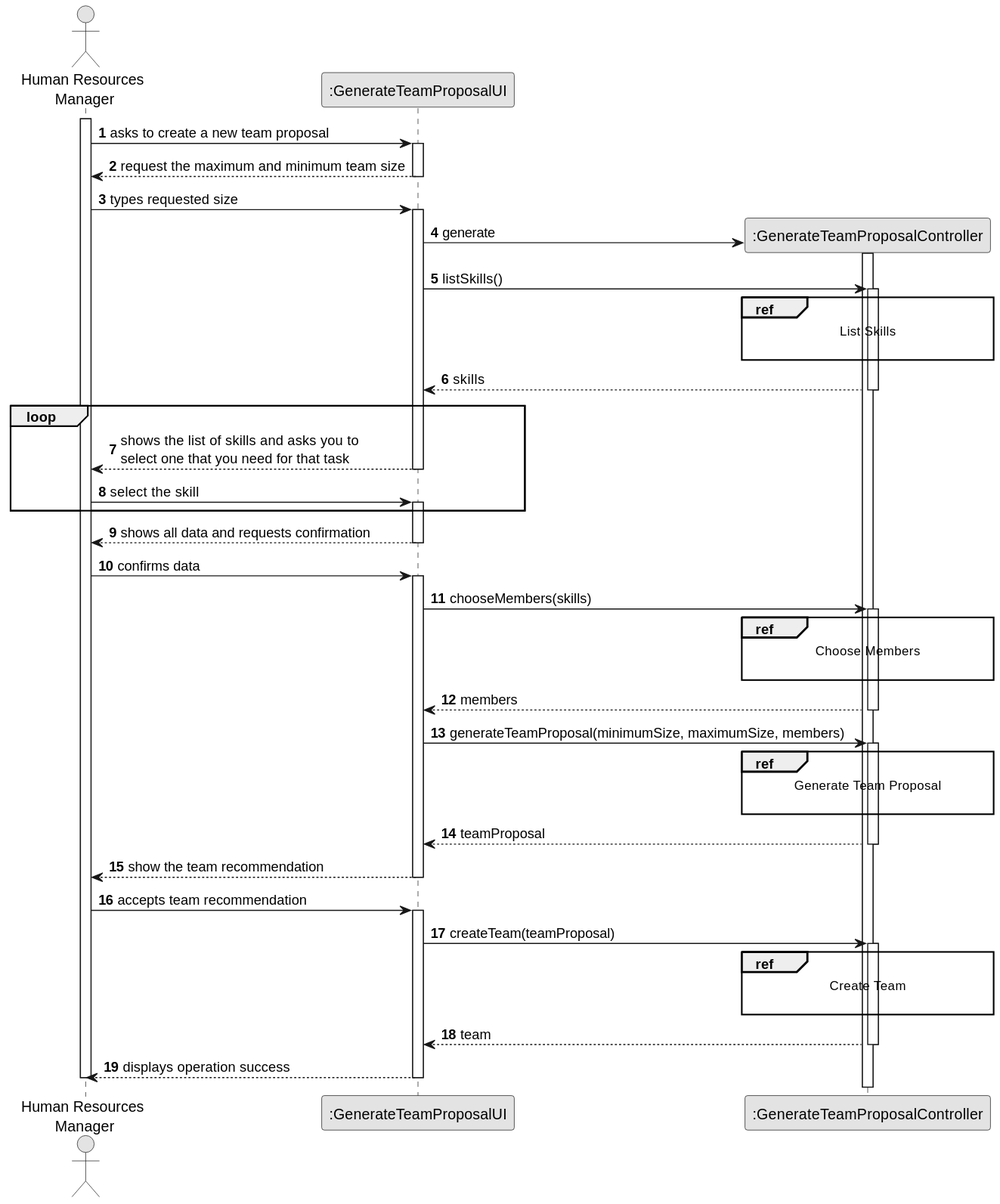
This is docs/sprintB/us005/03.design/svg/us005-sequence-diagram-split.svg from diogoveirospro/lei-24-s2-1dg-g072, a PlantUML export, as it was before one commit.
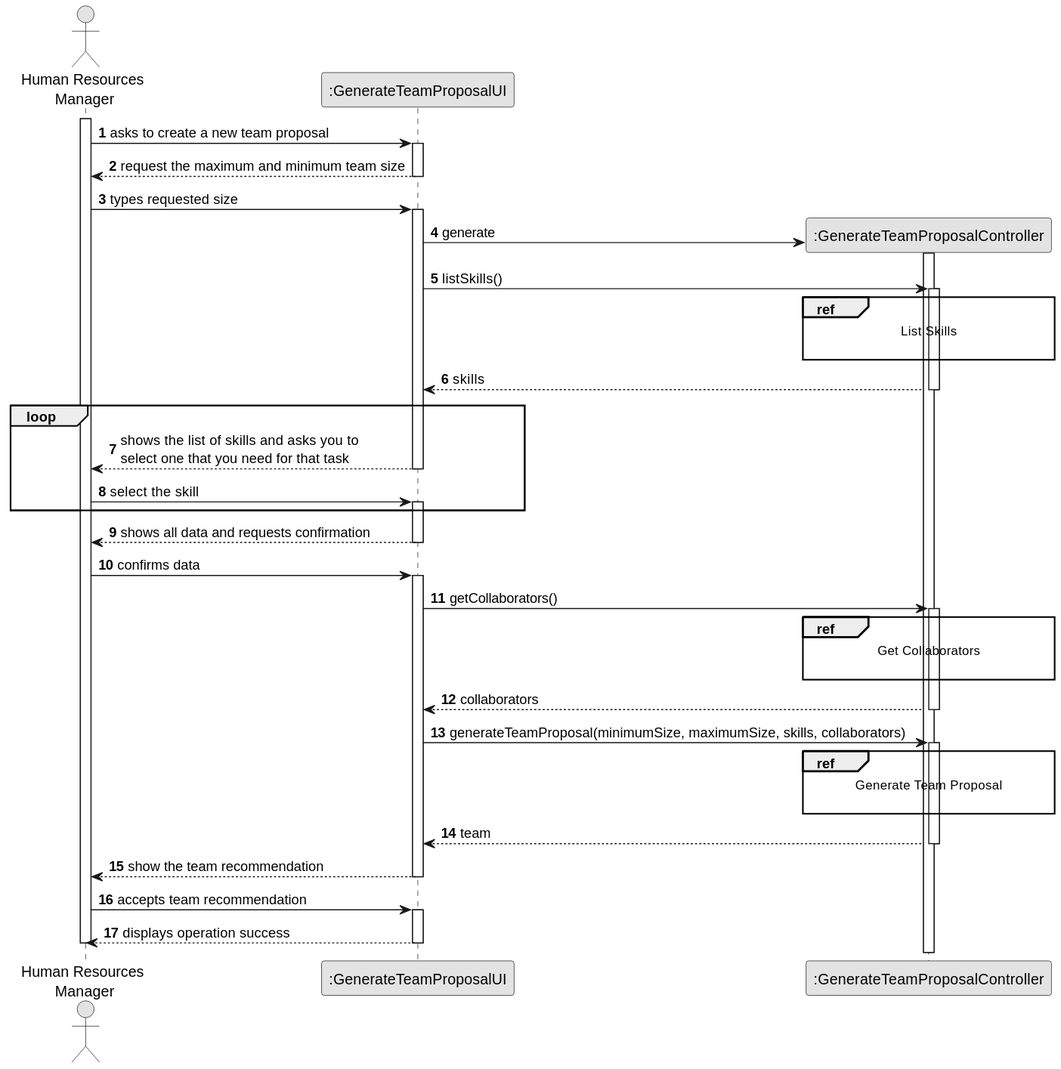
After the commit.

Commit message:
Some changes to the US05 sequence diagrams

Diff of the diagram source:
```diff
@@ -49,18 +49,18 @@
     HRM -> UI: confirms data
     activate UI
 
-        UI -> CTRL: chooseMembers(skills)
+        UI -> CTRL: getCollaborators()
         activate CTRL
 
             ref over CTRL
-                Choose Members
+                Get Collaborators
 
             end
 
-            CTRL --> UI: members
+            CTRL --> UI: collaborators
         deactivate CTRL
 
-        UI -> CTRL: generateTeamProposal(minimumSize, maximumSize, members)
+        UI -> CTRL: generateTeamProposal(minimumSize, maximumSize, skills, collaborators)
         activate CTRL
 
             ref over CTRL
@@ -68,7 +68,7 @@
 
             end
 
-            CTRL --> UI: teamProposal
+            CTRL --> UI: team
         deactivate CTRL
 
         UI --> HRM: show the team recommendation
@@ -77,17 +77,6 @@
     HRM -> UI: accepts team recommendation
     activate UI
 
-        UI -> CTRL: createTeam(teamProposal)
-        activate CTRL
-
-            ref over CTRL
-                Create Team
-
-            end
-
-            CTRL --> UI: team
-        deactivate CTRL
-
         UI --> HRM: displays operation success
     deactivate UI
 
```
